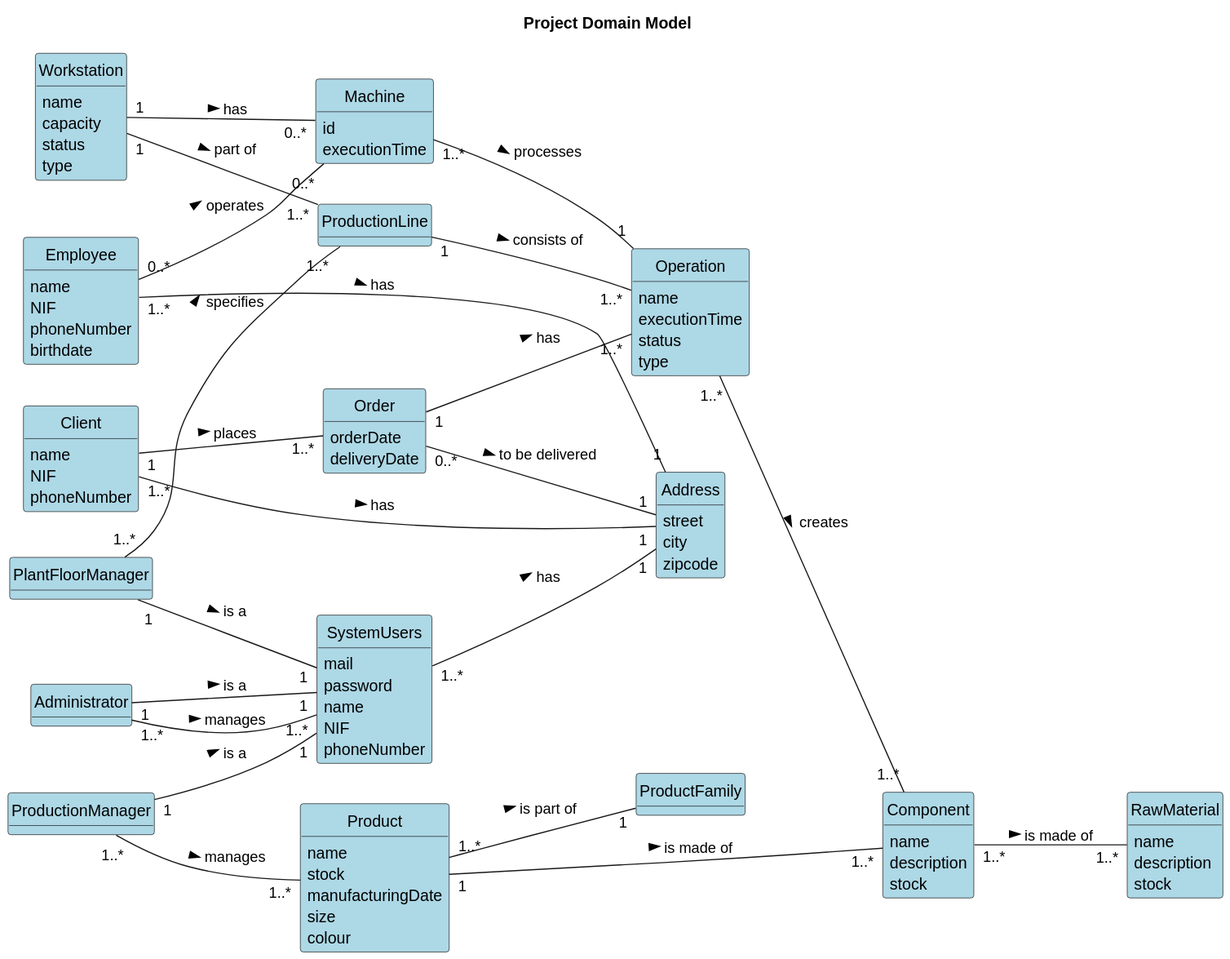
Before: others/documentation/global-artifacts/svg/domain-model-Project_Domain_Model.svg, a diagram exported from PlantUML (ricardomm7/buildflow).
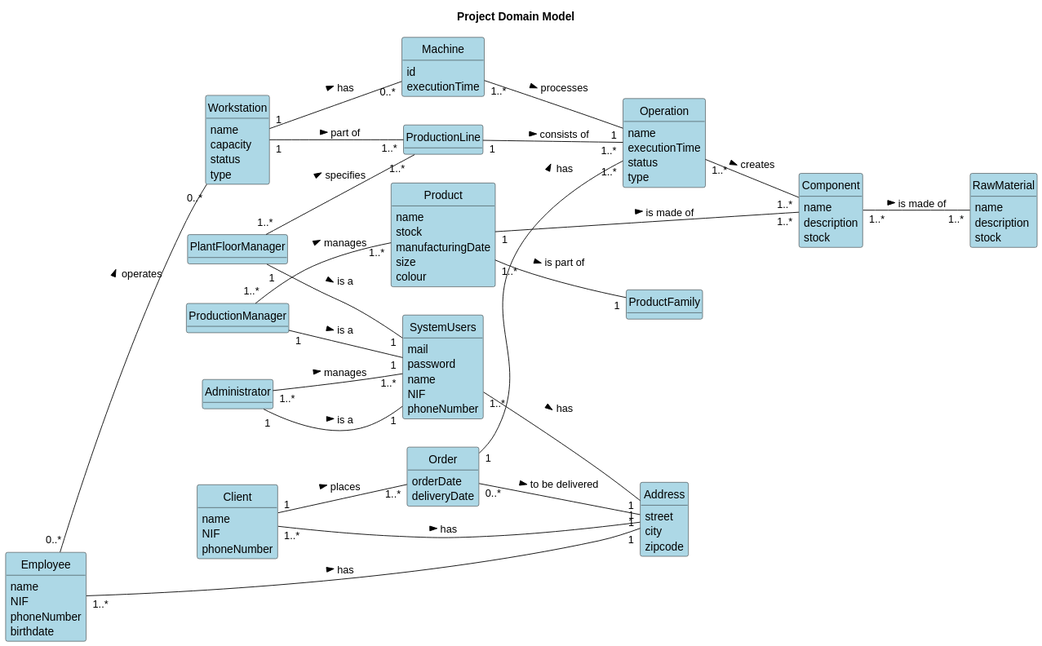
After the change.

Commit message:
Domain model updated. #32 #98

What changed in the source:
```diff
@@ -111,7 +111,7 @@
 Order "1" -- "1..*" Operation : has >
 Client "1" -- "1..*" Order : places >
 Machine "1..*" -- "1" Operation : processes >
-Employee "0..*" -- "0..*" Machine : operates >
+Employee "0..*" -- "0..*" Workstation : operates >
 Workstation "1" -- "1..*" ProductionLine : part of >
 
 Client "1..*" -- "1" Address : has >
```
